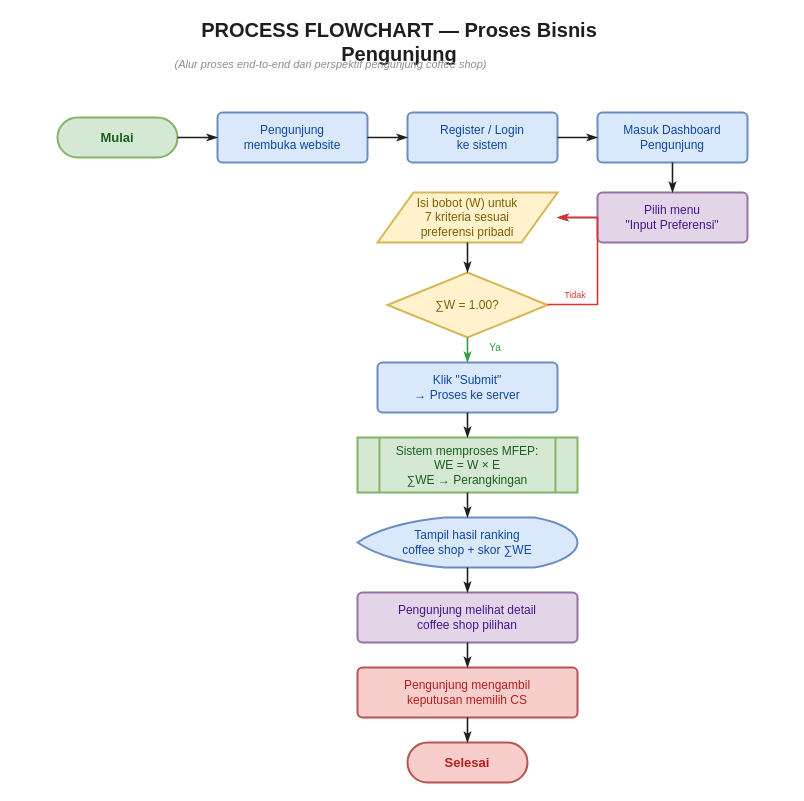
The draw.io diagram drawio/process_flowchart.drawio in akbarwijayaa/ansi-07, before the edit. Source tidied: cells renumbered, new cells numbered last; positions are measured from the earlier drawing's top-left corner, leaving out a move shared by most shapes. Both pictures are drawn from the tidied source at 100%, with x=0, y=0 at pixel (57, 28).
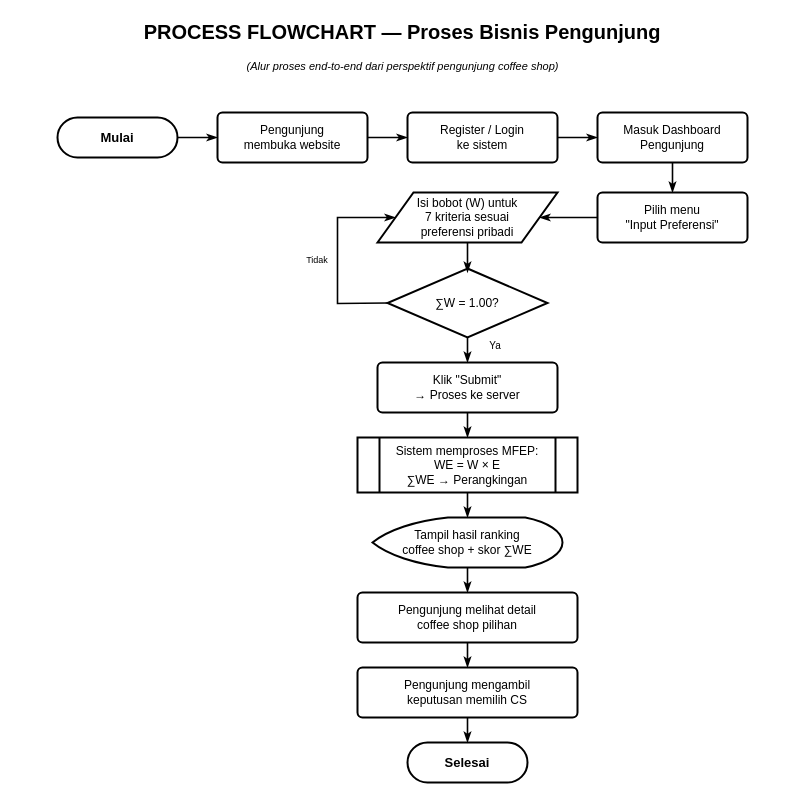
The same page after the edit.

Diff of the diagram source:
```diff
@@
-    <mxCell id="2" value="Mulai" style="rounded=1;arcSize=50;fillColor=#d5e8d4;strokeColor=#82b366;fontColor=#1B5E20;fontSize=13;strokeWidth=2;shadow=0;html=1;whiteSpace=wrap;align=center;verticalAlign=middle;fontStyle=1;" parent="1" vertex="1">
+    <mxCell id="2" value="Mulai" style="rounded=1;arcSize=50;fontSize=13;strokeWidth=2;shadow=0;html=1;whiteSpace=wrap;align=center;verticalAlign=middle;fontStyle=1;fontColor=#000000;" parent="1" vertex="1">
       <mxGeometry y="89" width="120" height="40" as="geometry" />
     </mxCell>
-    <mxCell id="3" value="Pengunjung&lt;br&gt;membuka website" style="rounded=1;arcSize=10;fillColor=#dae8fc;strokeColor=#6c8ebf;fontColor=#0D47A1;fontSize=12;strokeWidth=2;shadow=0;html=1;whiteSpace=wrap;align=center;verticalAlign=middle;" parent="1" vertex="1">
+    <mxCell id="3" value="Pengunjung&lt;br&gt;membuka website" style="rounded=1;arcSize=10;fontSize=12;strokeWidth=2;shadow=0;html=1;whiteSpace=wrap;align=center;verticalAlign=middle;fontColor=#000000;" parent="1" vertex="1">
       <mxGeometry x="160" y="84" width="150" height="50" as="geometry" />
     </mxCell>
-    <mxCell id="4" value="Register / Login&lt;br&gt;ke sistem" style="rounded=1;arcSize=10;fillColor=#dae8fc;strokeColor=#6c8ebf;fontColor=#0D47A1;fontSize=12;strokeWidth=2;shadow=0;html=1;whiteSpace=wrap;align=center;verticalAlign=middle;" parent="1" vertex="1">
+    <mxCell id="4" value="Register / Login&lt;br&gt;ke sistem" style="rounded=1;arcSize=10;fontSize=12;strokeWidth=2;shadow=0;html=1;whiteSpace=wrap;align=center;verticalAlign=middle;fontColor=#000000;" parent="1" vertex="1">
       <mxGeometry x="350" y="84" width="150" height="50" as="geometry" />
     </mxCell>
-    <mxCell id="5" value="Masuk Dashboard&lt;br&gt;Pengunjung" style="rounded=1;arcSize=10;fillColor=#dae8fc;strokeColor=#6c8ebf;fontColor=#0D47A1;fontSize=12;strokeWidth=2;shadow=0;html=1;whiteSpace=wrap;align=center;verticalAlign=middle;" parent="1" vertex="1">
+    <mxCell id="5" value="Masuk Dashboard&lt;br&gt;Pengunjung" style="rounded=1;arcSize=10;fontSize=12;strokeWidth=2;shadow=0;html=1;whiteSpace=wrap;align=center;verticalAlign=middle;fontColor=#000000;" parent="1" vertex="1">
       <mxGeometry x="540" y="84" width="150" height="50" as="geometry" />
     </mxCell>
-    <mxCell id="6" value="Pilih menu&lt;br&gt;&quot;Input Preferensi&quot;" style="rounded=1;arcSize=10;fillColor=#e1d5e7;strokeColor=#9673a6;fontColor=#4A148C;fontSize=12;strokeWidth=2;shadow=0;html=1;whiteSpace=wrap;align=center;verticalAlign=middle;" parent="1" vertex="1">
+    <mxCell id="6" value="Pilih menu&lt;br&gt;&quot;Input Preferensi&quot;" style="rounded=1;arcSize=10;fontSize=12;strokeWidth=2;shadow=0;html=1;whiteSpace=wrap;align=center;verticalAlign=middle;fontColor=#000000;" parent="1" vertex="1">
       <mxGeometry x="540" y="164" width="150" height="50" as="geometry" />
     </mxCell>
-    <mxCell id="7" value="Isi bobot (W) untuk&lt;br&gt;7 kriteria sesuai&lt;br&gt;preferensi pribadi" style="shape=parallelogram;perimeter=parallelogramPerimeter;size=0.2;fillColor=#fff2cc;strokeColor=#d6b656;fontColor=#7F6000;fontSize=12;strokeWidth=2;shadow=0;html=1;whiteSpace=wrap;align=center;verticalAlign=middle;" parent="1" vertex="1">
+    <mxCell id="7" value="Isi bobot (W) untuk&lt;br&gt;7 kriteria sesuai&lt;br&gt;preferensi pribadi" style="shape=parallelogram;perimeter=parallelogramPerimeter;size=0.2;fontSize=12;strokeWidth=2;shadow=0;html=1;whiteSpace=wrap;align=center;verticalAlign=middle;fontColor=#000000;" parent="1" vertex="1">
       <mxGeometry x="320" y="164" width="180" height="50" as="geometry" />
     </mxCell>
-    <mxCell id="8" value="∑W = 1.00?" style="rhombus;fillColor=#fff2cc;strokeColor=#d6b656;fontColor=#7F6000;fontSize=12;strokeWidth=2;shadow=0;html=1;whiteSpace=wrap;align=center;verticalAlign=middle;" parent="1" vertex="1">
-      <mxGeometry x="330" y="244" width="160" height="65" as="geometry" />
+    <mxCell id="8" value="∑W = 1.00?" style="rhombus;fontSize=12;strokeWidth=2;shadow=0;html=1;whiteSpace=wrap;align=center;verticalAlign=middle;fontColor=#000000;" parent="1" vertex="1">
+      <mxGeometry x="330" y="240" width="160" height="69" as="geometry" />
     </mxCell>
-    <mxCell id="9" value="Klik &quot;Submit&quot;&lt;br&gt;→ Proses ke server" style="rounded=1;arcSize=10;fillColor=#dae8fc;strokeColor=#6c8ebf;fontColor=#0D47A1;fontSize=12;strokeWidth=2;shadow=0;html=1;whiteSpace=wrap;align=center;verticalAlign=middle;" parent="1" vertex="1">
+    <mxCell id="9" value="Klik &quot;Submit&quot;&lt;br&gt;→ Proses ke server" style="rounded=1;arcSize=10;fontSize=12;strokeWidth=2;shadow=0;html=1;whiteSpace=wrap;align=center;verticalAlign=middle;fontColor=#000000;" parent="1" vertex="1">
       <mxGeometry x="320" y="334" width="180" height="50" as="geometry" />
     </mxCell>
-    <mxCell id="10" value="Sistem memproses MFEP:&lt;br&gt;WE = W × E&lt;br&gt;∑WE → Perangkingan" style="shape=process;fillColor=#d5e8d4;strokeColor=#82b366;fontColor=#1B5E20;fontSize=12;strokeWidth=2;shadow=0;html=1;whiteSpace=wrap;align=center;verticalAlign=middle;" parent="1" vertex="1">
+    <mxCell id="10" value="Sistem memproses MFEP:&lt;br&gt;WE = W × E&lt;br&gt;∑WE → Perangkingan" style="shape=process;fontSize=12;strokeWidth=2;shadow=0;html=1;whiteSpace=wrap;align=center;verticalAlign=middle;fontColor=#000000;" parent="1" vertex="1">
       <mxGeometry x="300" y="409" width="220" height="55" as="geometry" />
     </mxCell>
-    <mxCell id="11" value="Tampil hasil ranking&lt;br&gt;coffee shop + skor ∑WE" style="shape=mxgraph.flowchart.display;fillColor=#dae8fc;strokeColor=#6c8ebf;fontColor=#0D47A1;fontSize=12;strokeWidth=2;shadow=0;html=1;whiteSpace=wrap;align=center;verticalAlign=middle;" parent="1" vertex="1">
-      <mxGeometry x="300" y="489" width="220" height="50" as="geometry" />
+    <mxCell id="11" value="Tampil hasil ranking&lt;br&gt;coffee shop + skor ∑WE" style="shape=mxgraph.flowchart.display;fontSize=12;strokeWidth=2;shadow=0;html=1;whiteSpace=wrap;align=center;verticalAlign=middle;fontColor=#000000;" parent="1" vertex="1">
+      <mxGeometry x="315" y="489" width="190" height="50" as="geometry" />
     </mxCell>
-    <mxCell id="12" value="Pengunjung melihat detail&lt;br&gt;coffee shop pilihan" style="rounded=1;arcSize=10;fillColor=#e1d5e7;strokeColor=#9673a6;fontColor=#4A148C;fontSize=12;strokeWidth=2;shadow=0;html=1;whiteSpace=wrap;align=center;verticalAlign=middle;" parent="1" vertex="1">
+    <mxCell id="12" value="Pengunjung melihat detail&lt;br&gt;coffee shop pilihan" style="rounded=1;arcSize=10;fontSize=12;strokeWidth=2;shadow=0;html=1;whiteSpace=wrap;align=center;verticalAlign=middle;fontColor=#000000;" parent="1" vertex="1">
       <mxGeometry x="300" y="564" width="220" height="50" as="geometry" />
     </mxCell>
-    <mxCell id="13" value="Pengunjung mengambil&lt;br&gt;keputusan memilih CS" style="rounded=1;arcSize=10;fillColor=#f8cecc;strokeColor=#b85450;fontColor=#B71C1C;fontSize=12;strokeWidth=2;shadow=0;html=1;whiteSpace=wrap;align=center;verticalAlign=middle;" parent="1" vertex="1">
+    <mxCell id="13" value="Pengunjung mengambil&lt;br&gt;keputusan memilih CS" style="rounded=1;arcSize=10;fontSize=12;strokeWidth=2;shadow=0;html=1;whiteSpace=wrap;align=center;verticalAlign=middle;fontColor=#000000;" parent="1" vertex="1">
       <mxGeometry x="300" y="639" width="220" height="50" as="geometry" />
     </mxCell>
-    <mxCell id="14" value="Selesai" style="rounded=1;arcSize=50;fillColor=#f8cecc;strokeColor=#b85450;fontColor=#B71C1C;fontSize=13;strokeWidth=2;shadow=0;html=1;whiteSpace=wrap;align=center;verticalAlign=middle;fontStyle=1;" parent="1" vertex="1">
+    <mxCell id="14" value="Selesai" style="rounded=1;arcSize=50;fontSize=13;strokeWidth=2;shadow=0;html=1;whiteSpace=wrap;align=center;verticalAlign=middle;fontStyle=1;fontColor=#000000;" parent="1" vertex="1">
       <mxGeometry x="350" y="714" width="120" height="40" as="geometry" />
     </mxCell>
-    <mxCell id="15" value="PROCESS FLOWCHART — Proses Bisnis Pengunjung" style="text;html=1;strokeColor=none;fillColor=none;fontColor=#1e1e1e;fontSize=20;align=center;verticalAlign=middle;whiteSpace=wrap;fontStyle=1;" parent="1" vertex="1">
-      <mxGeometry x="100" width="484" height="25" as="geometry" />
+    <mxCell id="15" value="PROCESS FLOWCHART — Proses Bisnis Pengunjung" style="text;html=1;fontSize=20;align=center;verticalAlign=middle;whiteSpace=wrap;fontStyle=1;fontColor=#000000;" parent="1" vertex="1">
+      <mxGeometry x="-40" y="-10" width="770" height="25" as="geometry" />
     </mxCell>
-    <mxCell id="16" value="(Alur proses end-to-end dari perspektif pengunjung coffee shop)" style="text;html=1;strokeColor=none;fillColor=none;fontColor=#868e96;fontSize=11;align=center;verticalAlign=middle;whiteSpace=wrap;fontStyle=2;" parent="1" vertex="1">
-      <mxGeometry x="100" y="28" width="346.5" height="16" as="geometry" />
+    <mxCell id="16" value="(Alur proses end-to-end dari perspektif pengunjung coffee shop)" style="text;html=1;fontSize=11;align=center;verticalAlign=middle;whiteSpace=wrap;fontStyle=2;fontColor=#000000;" parent="1" vertex="1">
+      <mxGeometry x="172" y="30" width="346.5" height="16" as="geometry" />
     </mxCell>
-    <mxCell id="17" value="Tidak" style="text;html=1;strokeColor=none;fillColor=none;fontColor=#e03131;fontSize=9;align=center;verticalAlign=middle;whiteSpace=wrap;" parent="1" vertex="1">
-      <mxGeometry x="498" y="259" width="40" height="16" as="geometry" />
+    <mxCell id="17" value="Tidak" style="text;html=1;fontSize=9;align=center;verticalAlign=middle;whiteSpace=wrap;fontColor=#000000;" parent="1" vertex="1">
+      <mxGeometry x="240" y="224" width="40" height="16" as="geometry" />
     </mxCell>
-    <mxCell id="18" value="Ya" style="text;html=1;strokeColor=none;fillColor=none;fontColor=#2f9e44;fontSize=10;align=center;verticalAlign=middle;whiteSpace=wrap;" parent="1" vertex="1">
-      <mxGeometry x="418" y="311" width="40" height="16" as="geometry" />
+    <mxCell id="18" value="Ya" style="text;html=1;fontSize=10;align=center;verticalAlign=middle;whiteSpace=wrap;fontColor=#000000;" parent="1" vertex="1">
+      <mxGeometry x="418" y="309" width="40" height="16" as="geometry" />
     </mxCell>
-    <mxCell id="19" style="endArrow=classicThin;endFill=1;html=1;rounded=0;strokeColor=#1e1e1e;strokeWidth=1.6;fontColor=#1e1e1e;fontSize=11;" parent="1" edge="1">
+    <mxCell id="19" style="endArrow=classicThin;endFill=1;html=1;rounded=0;strokeWidth=1.6;fontColor=#000000;fontSize=11;" parent="1" edge="1">
       <mxGeometry relative="1" as="geometry">
         <mxPoint x="120" y="109" as="sourcePoint" />
         <mxPoint x="160" y="109" as="targetPoint" />
       </mxGeometry>
     </mxCell>
-    <mxCell id="20" style="endArrow=classicThin;endFill=1;html=1;rounded=0;strokeColor=#1e1e1e;strokeWidth=1.6;fontColor=#1e1e1e;fontSize=11;" parent="1" edge="1">
+    <mxCell id="20" style="endArrow=classicThin;endFill=1;html=1;rounded=0;strokeWidth=1.6;fontColor=#000000;fontSize=11;" parent="1" edge="1">
       <mxGeometry relative="1" as="geometry">
         <mxPoint x="310" y="109" as="sourcePoint" />
         <mxPoint x="350" y="109" as="targetPoint" />
       </mxGeometry>
     </mxCell>
-    <mxCell id="21" style="endArrow=classicThin;endFill=1;html=1;rounded=0;strokeColor=#1e1e1e;strokeWidth=1.6;fontColor=#1e1e1e;fontSize=11;" parent="1" edge="1">
+    <mxCell id="21" style="endArrow=classicThin;endFill=1;html=1;rounded=0;strokeWidth=1.6;fontColor=#000000;fontSize=11;" parent="1" edge="1">
       <mxGeometry relative="1" as="geometry">
         <mxPoint x="500" y="109" as="sourcePoint" />
         <mxPoint x="540" y="109" as="targetPoint" />
       </mxGeometry>
     </mxCell>
-    <mxCell id="22" style="endArrow=classicThin;endFill=1;html=1;rounded=0;strokeColor=#1e1e1e;strokeWidth=1.6;fontColor=#1e1e1e;fontSize=11;" parent="1" edge="1">
+    <mxCell id="22" style="endArrow=classicThin;endFill=1;html=1;rounded=0;strokeWidth=1.6;fontColor=#000000;fontSize=11;" parent="1" edge="1">
       <mxGeometry relative="1" as="geometry">
         <mxPoint x="615" y="134" as="sourcePoint" />
         <mxPoint x="615" y="164" as="targetPoint" />
       </mxGeometry>
     </mxCell>
-    <mxCell id="23" style="endArrow=classicThin;endFill=1;html=1;rounded=0;strokeColor=#1e1e1e;strokeWidth=1.6;fontColor=#1e1e1e;fontSize=11;" parent="1" edge="1">
+    <mxCell id="23" style="endArrow=classicThin;endFill=1;html=1;rounded=0;strokeWidth=1.6;fontColor=#000000;fontSize=11;entryX=1;entryY=0.5;entryDx=0;entryDy=0;" parent="1" edge="1" target="7">
       <mxGeometry relative="1" as="geometry">
         <mxPoint x="540" y="189" as="sourcePoint" />
-        <mxPoint x="500" y="189" as="targetPoint" />
       </mxGeometry>
     </mxCell>
-    <mxCell id="24" style="endArrow=classicThin;endFill=1;html=1;rounded=0;strokeColor=#1e1e1e;strokeWidth=1.6;fontColor=#1e1e1e;fontSize=11;" parent="1" edge="1">
+    <mxCell id="24" style="endArrow=classicThin;endFill=1;html=1;rounded=0;strokeWidth=1.6;fontColor=#000000;fontSize=11;" parent="1" edge="1">
       <mxGeometry relative="1" as="geometry">
         <mxPoint x="410" y="214" as="sourcePoint" />
         <mxPoint x="410" y="244" as="targetPoint" />
       </mxGeometry>
     </mxCell>
-    <mxCell id="25" style="endArrow=classicThin;endFill=1;html=1;rounded=0;strokeColor=#e03131;strokeWidth=1.6;fontColor=#1e1e1e;fontSize=11;" parent="1" edge="1">
+    <mxCell id="25" style="endArrow=classicThin;endFill=1;html=1;rounded=0;strokeWidth=1.6;fontColor=#000000;fontSize=11;entryX=0;entryY=0.5;entryDx=0;entryDy=0;exitX=0;exitY=0.5;exitDx=0;exitDy=0;" parent="1" edge="1" source="8" target="7">
       <mxGeometry relative="1" as="geometry">
-        <mxPoint x="490" y="276" as="sourcePoint" />
-        <mxPoint x="500" y="189" as="targetPoint" />
         <Array as="points">
-          <mxPoint x="540" y="276" />
-          <mxPoint x="540" y="189" />
+          <mxPoint x="280" y="275" />
+          <mxPoint x="280" y="189" />
         </Array>
       </mxGeometry>
     </mxCell>
-    <mxCell id="26" style="endArrow=classicThin;endFill=1;html=1;rounded=0;strokeColor=#2f9e44;strokeWidth=1.6;fontColor=#1e1e1e;fontSize=11;" parent="1" edge="1">
+    <mxCell id="26" style="endArrow=classicThin;endFill=1;html=1;rounded=0;strokeWidth=1.6;fontColor=#000000;fontSize=11;" parent="1" edge="1">
       <mxGeometry relative="1" as="geometry">
         <mxPoint x="410" y="309" as="sourcePoint" />
         <mxPoint x="410" y="334" as="targetPoint" />
       </mxGeometry>
     </mxCell>
-    <mxCell id="27" style="endArrow=classicThin;endFill=1;html=1;rounded=0;strokeColor=#1e1e1e;strokeWidth=1.6;fontColor=#1e1e1e;fontSize=11;" parent="1" edge="1">
+    <mxCell id="27" style="endArrow=classicThin;endFill=1;html=1;rounded=0;strokeWidth=1.6;fontColor=#000000;fontSize=11;" parent="1" edge="1">
       <mxGeometry relative="1" as="geometry">
         <mxPoint x="410" y="384" as="sourcePoint" />
         <mxPoint x="410" y="409" as="targetPoint" />
       </mxGeometry>
     </mxCell>
-    <mxCell id="28" style="endArrow=classicThin;endFill=1;html=1;rounded=0;strokeColor=#1e1e1e;strokeWidth=1.6;fontColor=#1e1e1e;fontSize=11;" parent="1" edge="1">
+    <mxCell id="28" style="endArrow=classicThin;endFill=1;html=1;rounded=0;strokeWidth=1.6;fontColor=#000000;fontSize=11;" parent="1" edge="1">
       <mxGeometry relative="1" as="geometry">
         <mxPoint x="410" y="464" as="sourcePoint" />
         <mxPoint x="410" y="489" as="targetPoint" />
       </mxGeometry>
     </mxCell>
-    <mxCell id="29" style="endArrow=classicThin;endFill=1;html=1;rounded=0;strokeColor=#1e1e1e;strokeWidth=1.6;fontColor=#1e1e1e;fontSize=11;" parent="1" edge="1">
+    <mxCell id="29" style="endArrow=classicThin;endFill=1;html=1;rounded=0;strokeWidth=1.6;fontColor=#000000;fontSize=11;" parent="1" edge="1">
       <mxGeometry relative="1" as="geometry">
         <mxPoint x="410" y="539" as="sourcePoint" />
         <mxPoint x="410" y="564" as="targetPoint" />
       </mxGeometry>
     </mxCell>
-    <mxCell id="30" style="endArrow=classicThin;endFill=1;html=1;rounded=0;strokeColor=#1e1e1e;strokeWidth=1.6;fontColor=#1e1e1e;fontSize=11;" parent="1" edge="1">
+    <mxCell id="30" style="endArrow=classicThin;endFill=1;html=1;rounded=0;strokeWidth=1.6;fontColor=#000000;fontSize=11;" parent="1" edge="1">
       <mxGeometry relative="1" as="geometry">
         <mxPoint x="410" y="614" as="sourcePoint" />
         <mxPoint x="410" y="639" as="targetPoint" />
       </mxGeometry>
     </mxCell>
-    <mxCell id="31" style="endArrow=classicThin;endFill=1;html=1;rounded=0;strokeColor=#1e1e1e;strokeWidth=1.6;fontColor=#1e1e1e;fontSize=11;" parent="1" edge="1">
+    <mxCell id="31" style="endArrow=classicThin;endFill=1;html=1;rounded=0;strokeWidth=1.6;fontColor=#000000;fontSize=11;" parent="1" edge="1">
       <mxGeometry relative="1" as="geometry">
         <mxPoint x="410" y="689" as="sourcePoint" />
         <mxPoint x="410" y="714" as="targetPoint" />
       </mxGeometry>
     </mxCell>
```
